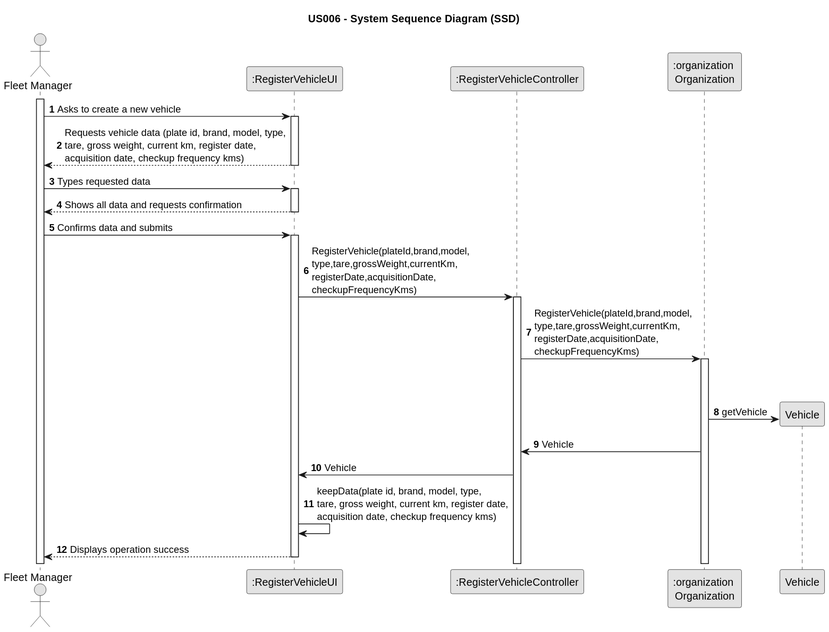
Above: docs/sprintB/us006/03.design/svg/us006-system-sequence-diagram.svg in Rui-San/LAPR2_2023_2024 (PlantUML), before the change. The source it was exported from:
```plantuml
@startuml
skinparam monochrome true
skinparam packageStyle rectangle
skinparam shadowing false

title US006 - System Sequence Diagram (SSD)

autonumber

actor "Fleet Manager" as Employee
participant ":RegisterVehicleUI" as System
participant ":RegisterVehicleController" as CTRL
participant ":organization \nOrganization" as ORG

activate Employee

    Employee -> System : Asks to create a new vehicle
    activate System

System --> Employee : Requests vehicle data (plate id, brand, model, type,\ntare, gross weight, current km, register date,\nacquisition date, checkup frequency kms)
    deactivate System


    Employee -> System : Types requested data
    activate System

        System --> Employee : Shows all data and requests confirmation
    deactivate System

    Employee -> System : Confirms data and submits
    activate System
        System->CTRL :RegisterVehicle(plateId,brand,model,\ntype,tare,grossWeight,currentKm,\nregisterDate,acquisitionDate,\ncheckupFrequencyKms)
        activate CTRL
            CTRL->ORG :RegisterVehicle(plateId,brand,model,\ntype,tare,grossWeight,currentKm,\nregisterDate,acquisitionDate,\ncheckupFrequencyKms)
            |||
            |||
            activate ORG
               ORG->Vehicle**: getVehicle
            ORG->CTRL: Vehicle
            CTRL->System: Vehicle
            System->System: keepData(plate id, brand, model, type,\ntare, gross weight, current km, register date,\nacquisition date, checkup frequency kms)
        System --> Employee : Displays operation success
    deactivate System
@enduml
```
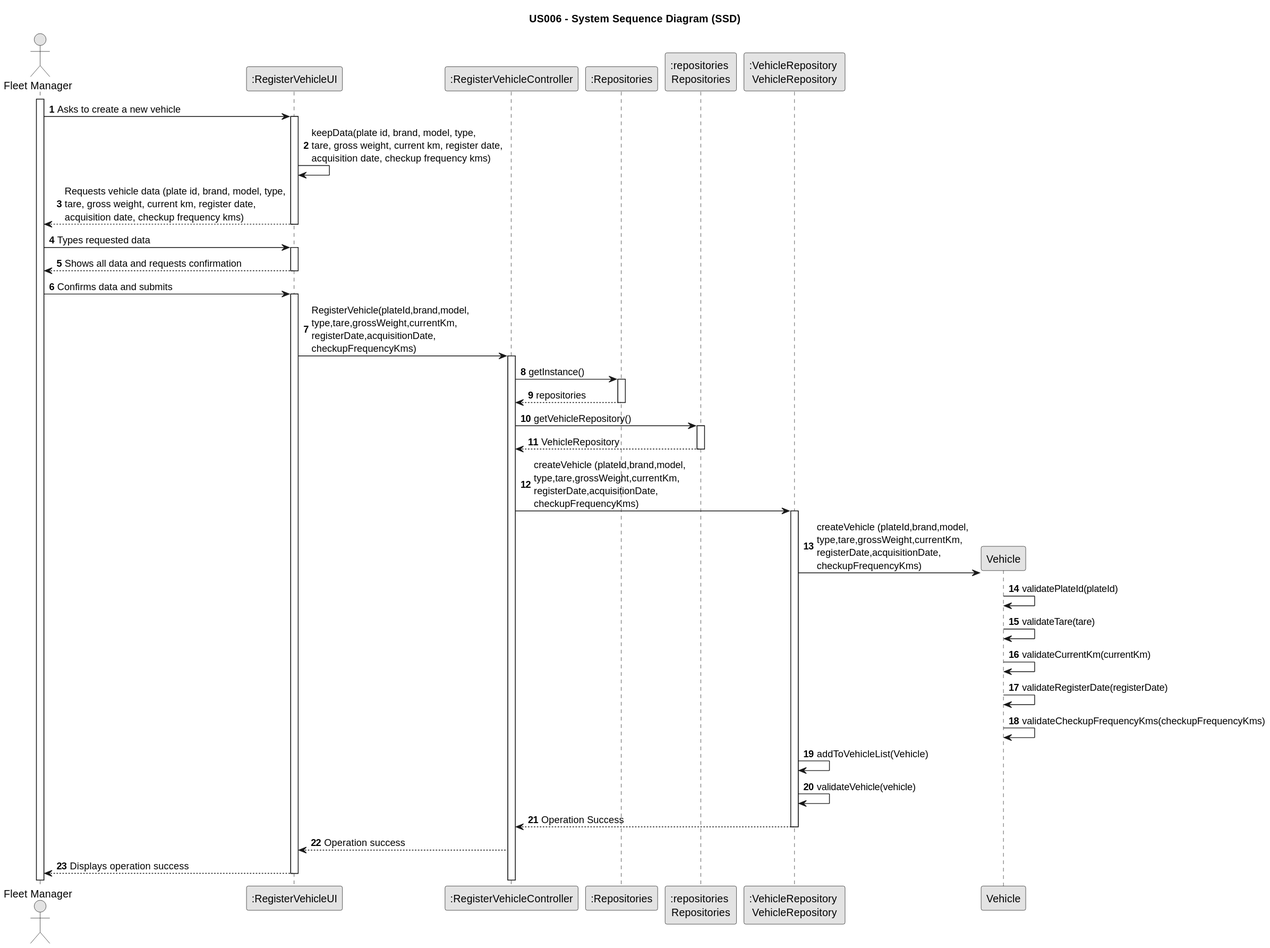
Above is the later version.

Change to the diagram source:
```diff
@@ -10,16 +10,17 @@
 actor "Fleet Manager" as Employee
 participant ":RegisterVehicleUI" as System
 participant ":RegisterVehicleController" as CTRL
-participant ":organization \nOrganization" as ORG
+participant ":Repositories" as REP
+participant ":repositories \nRepositories" as REPS
+participant ":VehicleRepository \nVehicleRepository" as VR
 
 activate Employee
 
     Employee -> System : Asks to create a new vehicle
     activate System
-
-System --> Employee : Requests vehicle data (plate id, brand, model, type,\ntare, gross weight, current km, register date,\nacquisition date, checkup frequency kms)
+    System->System: keepData(plate id, brand, model, type,\ntare, gross weight, current km, register date,\nacquisition date, checkup frequency kms)
+    System  --> Employee : Requests vehicle data (plate id, brand, model, type,\ntare, gross weight, current km, register date,\nacquisition date, checkup frequency kms)
     deactivate System
-
 
     Employee -> System : Types requested data
     activate System
@@ -31,14 +32,49 @@
     activate System
         System->CTRL :RegisterVehicle(plateId,brand,model,\ntype,tare,grossWeight,currentKm,\nregisterDate,acquisitionDate,\ncheckupFrequencyKms)
         activate CTRL
-            CTRL->ORG :RegisterVehicle(plateId,brand,model,\ntype,tare,grossWeight,currentKm,\nregisterDate,acquisitionDate,\ncheckupFrequencyKms)
-            |||
-            |||
-            activate ORG
-               ORG->Vehicle**: getVehicle
-            ORG->CTRL: Vehicle
-            CTRL->System: Vehicle
-            System->System: keepData(plate id, brand, model, type,\ntare, gross weight, current km, register date,\nacquisition date, checkup frequency kms)
+
+            CTRL->REP: getInstance()
+
+            activate REP
+
+            REP-->CTRL: repositories
+
+            deactivate REP
+
+            CTRL->REPS: getVehicleRepository()
+
+            activate REPS
+
+            REPS-->CTRL: VehicleRepository
+
+            deactivate REPS
+
+            CTRL->VR: createVehicle (plateId,brand,model,\ntype,tare,grossWeight,currentKm,\nregisterDate,acquisitionDate,\ncheckupFrequencyKms)
+
+            activate VR
+
+            VR->Vehicle**: createVehicle (plateId,brand,model,\ntype,tare,grossWeight,currentKm,\nregisterDate,acquisitionDate,\ncheckupFrequencyKms)
+
+            Vehicle->Vehicle: validatePlateId(plateId)
+            Vehicle->Vehicle: validateTare(tare)
+            Vehicle->Vehicle: validateCurrentKm(currentKm)
+            Vehicle->Vehicle: validateRegisterDate(registerDate)
+            Vehicle->Vehicle: validateCheckupFrequencyKms(checkupFrequencyKms)
+
+
+            VR->VR: addToVehicleList(Vehicle)
+
+            VR->VR: validateVehicle(vehicle)
+
+
+            VR-->CTRL: Operation Success
+
+            deactivate VR
+
+            CTRL-->System: Operation success
+
+
+
         System --> Employee : Displays operation success
     deactivate System
 @enduml
```
